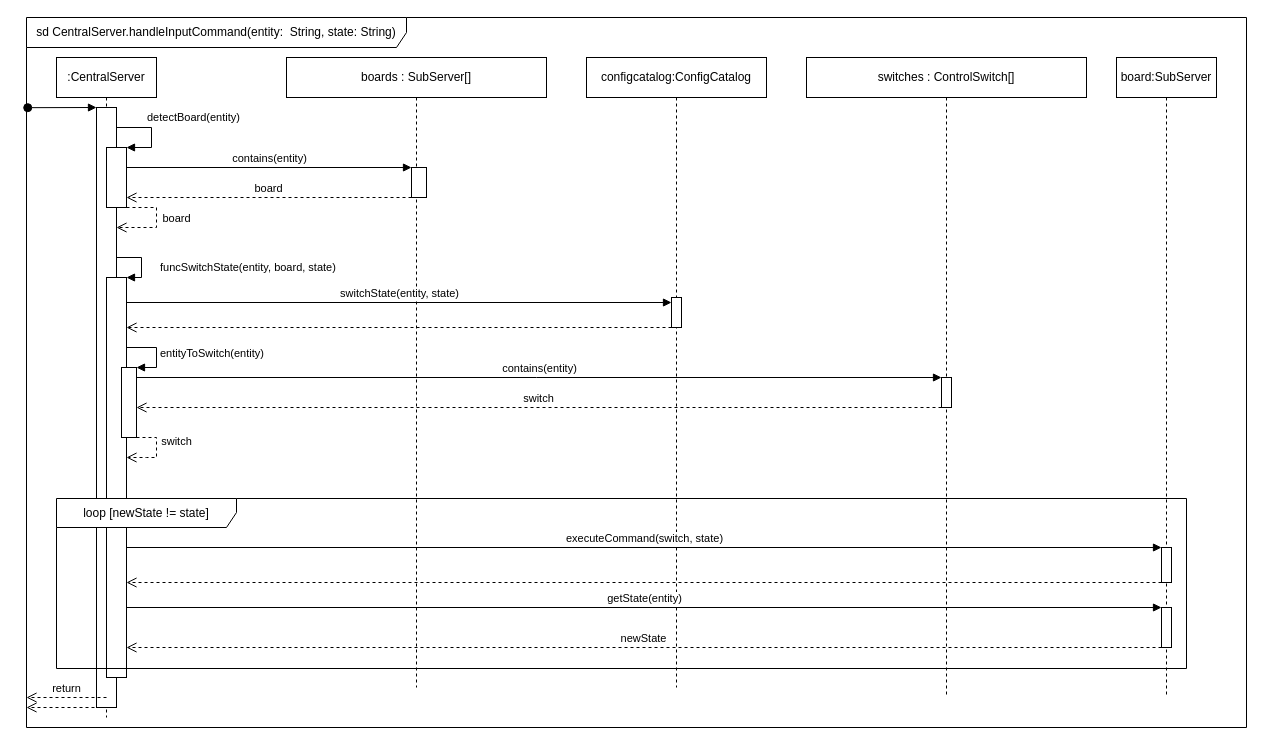
Before: LAB2/diagramPosl.drawio in tireks/OOAP, a draw.io diagram. Source tidied: cells renumbered, new cells numbered last; positions are measured from the earlier drawing's top-left corner, leaving out a move shared by most shapes. Both pictures are drawn from the tidied source at 100%, with x=0, y=0 at pixel (26, 17).
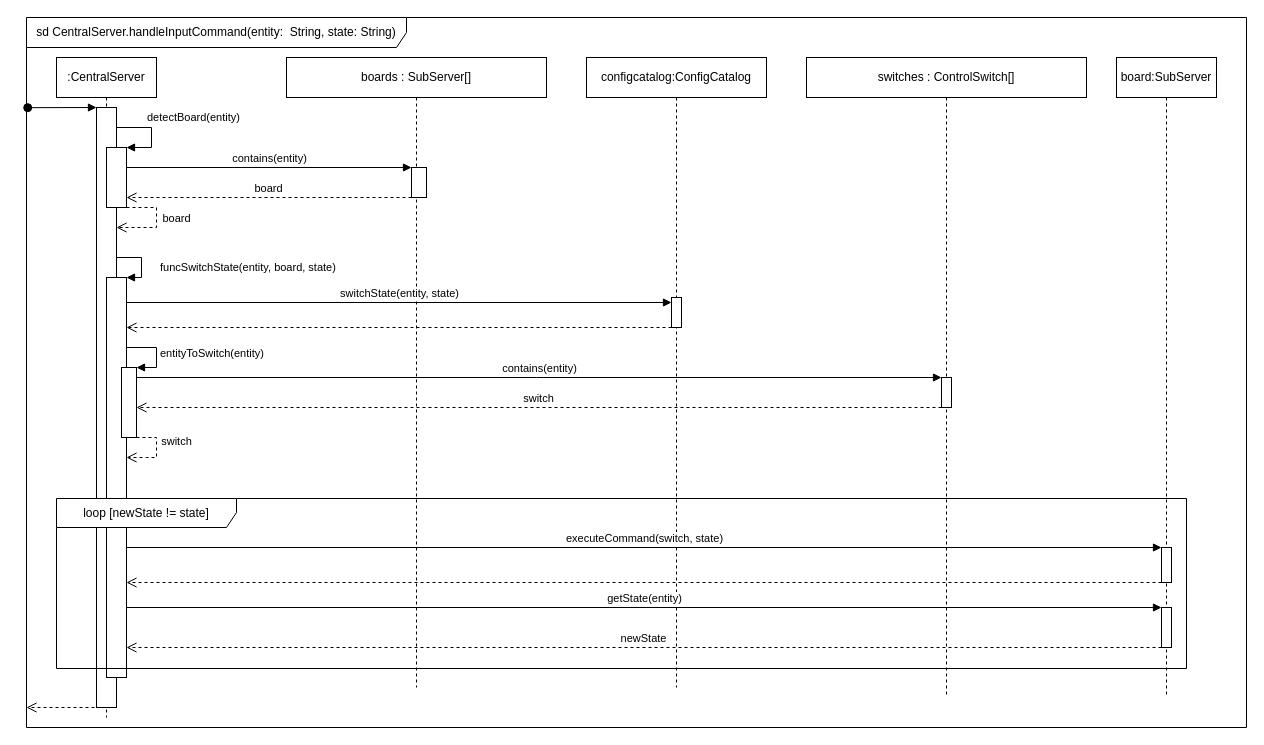
The same diagram, later.

Change to the diagram source:
```diff
@@
-    <mxCell id="34" value="return" style="html=1;verticalAlign=bottom;endArrow=open;dashed=1;endSize=8;curved=0;rounded=0;" parent="1" edge="1">
-      <mxGeometry relative="1" as="geometry">
-        <mxPoint x="80" y="680" as="sourcePoint" />
-        <mxPoint y="680" as="targetPoint" />
-      </mxGeometry>
-    </mxCell>
```
